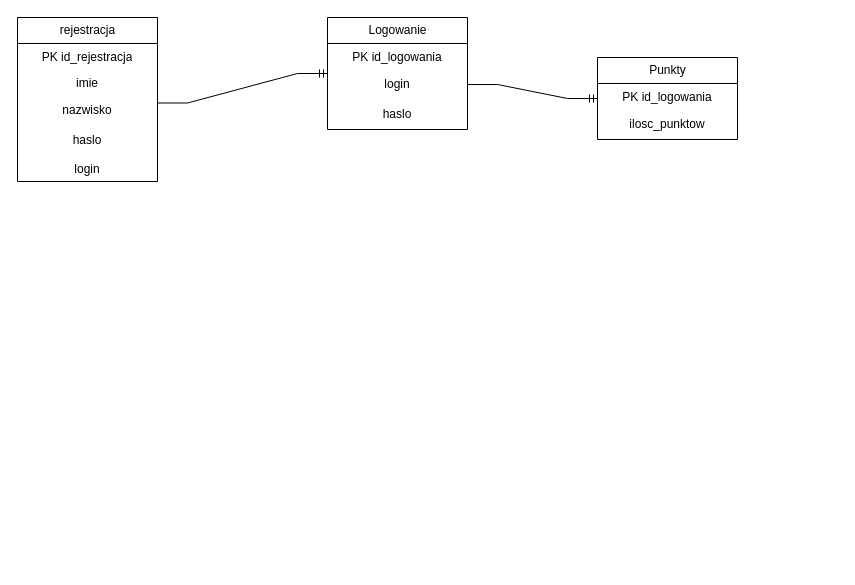
vovka-star/1234 keeps this draw.io diagram as diagramy/bazy/baza.drawio. Above is the earlier version. Source tidied: cells renumbered, new cells numbered last; positions are measured from the earlier drawing's top-left corner, leaving out a move shared by most shapes. Both pictures are drawn from the tidied source at 100%, with x=0, y=0 at pixel (17, 17).
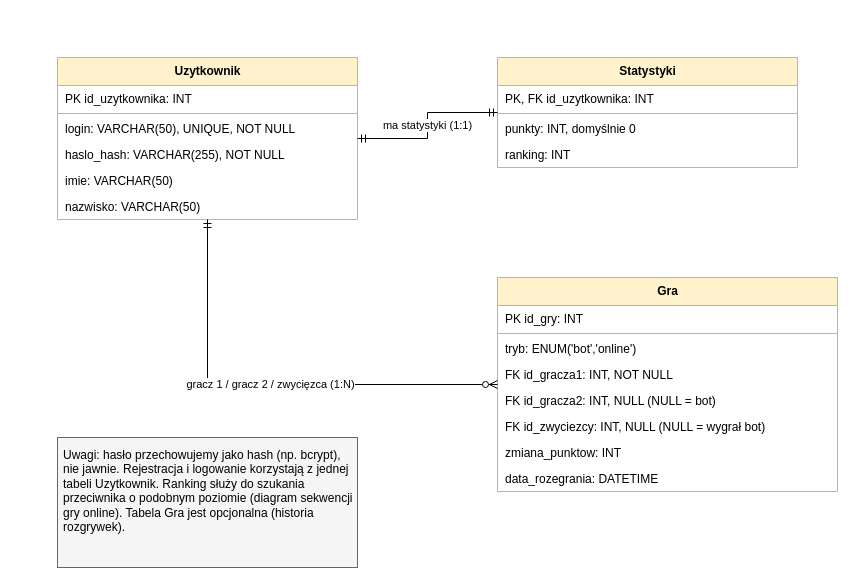
The same page after the edit.

Change to the diagram source:
```diff
@@
-    <mxCell id="2" value="Logowanie" style="swimlane;fontStyle=0;horizontal=1;startSize=26;fillColor=none;html=1;" parent="1" vertex="1">
-      <mxGeometry x="310" width="140" height="112" as="geometry" />
-    </mxCell>
-    <mxCell id="3" value="PK id_logowania" style="text;strokeColor=none;fillColor=none;align=center;verticalAlign=top;spacingLeft=4;spacingRight=4;overflow=hidden;whiteSpace=wrap;html=1;" parent="2" vertex="1">
-      <mxGeometry y="26" width="140" height="26" as="geometry" />
-    </mxCell>
-    <mxCell id="4" value="login" style="text;html=1;whiteSpace=wrap;strokeColor=none;fillColor=none;align=center;verticalAlign=middle;rounded=0;" parent="2" vertex="1">
-      <mxGeometry y="52" width="140" height="30" as="geometry" />
-    </mxCell>
-    <mxCell id="5" value="haslo" style="text;html=1;whiteSpace=wrap;strokeColor=none;fillColor=none;align=center;verticalAlign=middle;rounded=0;" parent="2" vertex="1">
-      <mxGeometry y="82" width="140" height="30" as="geometry" />
-    </mxCell>
-    <mxCell id="6" value="rejestracja" style="swimlane;fontStyle=0;horizontal=1;startSize=26;fillColor=none;html=1;" parent="1" vertex="1">
-      <mxGeometry width="140" height="164" as="geometry" />
-    </mxCell>
-    <mxCell id="7" value="PK id_rejestracja" style="text;strokeColor=none;fillColor=none;align=center;verticalAlign=top;spacingLeft=4;spacingRight=4;overflow=hidden;whiteSpace=wrap;html=1;" parent="6" vertex="1">
-      <mxGeometry y="26" width="140" height="26" as="geometry" />
-    </mxCell>
-    <mxCell id="8" value="imie" style="text;strokeColor=none;fillColor=none;align=center;verticalAlign=top;spacingLeft=4;spacingRight=4;overflow=hidden;whiteSpace=wrap;html=1;" parent="6" vertex="1">
-      <mxGeometry y="52" width="140" height="26" as="geometry" />
-    </mxCell>
-    <mxCell id="9" value="nazwisko" style="text;html=1;whiteSpace=wrap;strokeColor=none;fillColor=none;align=center;verticalAlign=middle;rounded=0;" parent="6" vertex="1">
-      <mxGeometry y="78" width="140" height="30" as="geometry" />
-    </mxCell>
-    <mxCell id="10" value="haslo" style="text;html=1;whiteSpace=wrap;strokeColor=none;fillColor=none;align=center;verticalAlign=middle;rounded=0;" parent="6" vertex="1">
-      <mxGeometry y="108" width="140" height="30" as="geometry" />
-    </mxCell>
-    <mxCell id="11" value="login" style="text;strokeColor=none;fillColor=none;align=center;verticalAlign=top;spacingLeft=4;spacingRight=4;overflow=hidden;whiteSpace=wrap;html=1;" parent="6" vertex="1">
-      <mxGeometry y="138" width="140" height="26" as="geometry" />
-    </mxCell>
-    <mxCell id="12" value="Punkty" style="swimlane;fontStyle=0;horizontal=1;startSize=26;fillColor=none;html=1;" parent="1" vertex="1">
-      <mxGeometry x="580" y="40" width="140" height="82" as="geometry" />
-    </mxCell>
-    <mxCell id="13" value="PK id_logowania" style="text;strokeColor=none;fillColor=none;align=center;verticalAlign=top;spacingLeft=4;spacingRight=4;overflow=hidden;whiteSpace=wrap;html=1;" parent="12" vertex="1">
-      <mxGeometry y="26" width="140" height="26" as="geometry" />
-    </mxCell>
-    <mxCell id="14" value="ilosc_punktow" style="text;html=1;whiteSpace=wrap;strokeColor=none;fillColor=none;align=center;verticalAlign=middle;rounded=0;" parent="12" vertex="1">
-      <mxGeometry y="52" width="140" height="30" as="geometry" />
-    </mxCell>
-    <mxCell id="15" style="edgeStyle=entityRelationEdgeStyle;fontSize=12;html=1;endArrow=ERmandOne;rounded=0;fontFamily=Helvetica;fontColor=default;exitX=1;exitY=0.25;exitDx=0;exitDy=0;entryX=0;entryY=0.5;entryDx=0;entryDy=0;" parent="1" edge="1" source="9" target="2">
-      <mxGeometry relative="1" as="geometry" />
-    </mxCell>
-    <mxCell id="16" style="edgeStyle=entityRelationEdgeStyle;fontSize=12;html=1;endArrow=ERmandOne;rounded=0;fontFamily=Helvetica;fontColor=default;entryX=0;entryY=0.5;entryDx=0;entryDy=0;exitX=1;exitY=0.5;exitDx=0;exitDy=0;" parent="1" edge="1" source="4" target="12">
-      <mxGeometry relative="1" as="geometry" />
-    </mxCell>
+    <mxCell id="17" value="Uzytkownik" style="swimlane;fontStyle=1;horizontal=1;startSize=28;html=1;fillColor=#fff2cc;strokeColor=#d6b656;" parent="1" vertex="1">
+      <mxGeometry x="40" y="40" width="300" height="162" as="geometry" />
+    </mxCell>
+    <mxCell id="18" value="PK  id_uzytkownika: INT" style="text;strokeColor=none;fillColor=none;align=left;verticalAlign=middle;spacingLeft=6;spacingRight=4;overflow=hidden;" parent="17" vertex="1">
+      <mxGeometry y="28" width="300" height="26" as="geometry" />
+    </mxCell>
+    <mxCell id="19" style="line;strokeWidth=1;fillColor=none;align=left;verticalAlign=middle;spacingTop=-1;spacingLeft=3;spacingRight=3;labelPosition=right;strokeColor=inherit;" parent="17" vertex="1">
+      <mxGeometry y="54" width="300" height="4" as="geometry" />
+    </mxCell>
+    <mxCell id="20" value="login: VARCHAR(50), UNIQUE, NOT NULL" style="text;strokeColor=none;fillColor=none;align=left;verticalAlign=middle;spacingLeft=6;spacingRight=4;overflow=hidden;" parent="17" vertex="1">
+      <mxGeometry y="58" width="300" height="26" as="geometry" />
+    </mxCell>
+    <mxCell id="21" value="haslo_hash: VARCHAR(255), NOT NULL" style="text;strokeColor=none;fillColor=none;align=left;verticalAlign=middle;spacingLeft=6;spacingRight=4;overflow=hidden;" parent="17" vertex="1">
+      <mxGeometry y="84" width="300" height="26" as="geometry" />
+    </mxCell>
+    <mxCell id="22" value="imie: VARCHAR(50)" style="text;strokeColor=none;fillColor=none;align=left;verticalAlign=middle;spacingLeft=6;spacingRight=4;overflow=hidden;" parent="17" vertex="1">
+      <mxGeometry y="110" width="300" height="26" as="geometry" />
+    </mxCell>
+    <mxCell id="23" value="nazwisko: VARCHAR(50)" style="text;strokeColor=none;fillColor=none;align=left;verticalAlign=middle;spacingLeft=6;spacingRight=4;overflow=hidden;" parent="17" vertex="1">
+      <mxGeometry y="136" width="300" height="26" as="geometry" />
+    </mxCell>
+    <mxCell id="24" value="Statystyki" style="swimlane;fontStyle=1;horizontal=1;startSize=28;html=1;fillColor=#fff2cc;strokeColor=#d6b656;" parent="1" vertex="1">
+      <mxGeometry x="480" y="40" width="300" height="110" as="geometry" />
+    </mxCell>
+    <mxCell id="25" value="PK, FK  id_uzytkownika: INT" style="text;strokeColor=none;fillColor=none;align=left;verticalAlign=middle;spacingLeft=6;spacingRight=4;overflow=hidden;" parent="24" vertex="1">
+      <mxGeometry y="28" width="300" height="26" as="geometry" />
+    </mxCell>
+    <mxCell id="26" style="line;strokeWidth=1;fillColor=none;align=left;verticalAlign=middle;spacingTop=-1;spacingLeft=3;spacingRight=3;labelPosition=right;strokeColor=inherit;" parent="24" vertex="1">
+      <mxGeometry y="54" width="300" height="4" as="geometry" />
+    </mxCell>
+    <mxCell id="27" value="punkty: INT, domyślnie 0" style="text;strokeColor=none;fillColor=none;align=left;verticalAlign=middle;spacingLeft=6;spacingRight=4;overflow=hidden;" parent="24" vertex="1">
+      <mxGeometry y="58" width="300" height="26" as="geometry" />
+    </mxCell>
+    <mxCell id="28" value="ranking: INT" style="text;strokeColor=none;fillColor=none;align=left;verticalAlign=middle;spacingLeft=6;spacingRight=4;overflow=hidden;" parent="24" vertex="1">
+      <mxGeometry y="84" width="300" height="26" as="geometry" />
+    </mxCell>
+    <mxCell id="29" value="Gra" style="swimlane;fontStyle=1;horizontal=1;startSize=28;html=1;fillColor=#fff2cc;strokeColor=#d6b656;" parent="1" vertex="1">
+      <mxGeometry x="480" y="260" width="340" height="214" as="geometry" />
+    </mxCell>
+    <mxCell id="30" value="PK  id_gry: INT" style="text;strokeColor=none;fillColor=none;align=left;verticalAlign=middle;spacingLeft=6;spacingRight=4;overflow=hidden;" parent="29" vertex="1">
+      <mxGeometry y="28" width="340" height="26" as="geometry" />
+    </mxCell>
+    <mxCell id="31" style="line;strokeWidth=1;fillColor=none;align=left;verticalAlign=middle;spacingTop=-1;spacingLeft=3;spacingRight=3;labelPosition=right;strokeColor=inherit;" parent="29" vertex="1">
+      <mxGeometry y="54" width="340" height="4" as="geometry" />
+    </mxCell>
+    <mxCell id="32" value="tryb: ENUM('bot','online')" style="text;strokeColor=none;fillColor=none;align=left;verticalAlign=middle;spacingLeft=6;spacingRight=4;overflow=hidden;" parent="29" vertex="1">
+      <mxGeometry y="58" width="340" height="26" as="geometry" />
+    </mxCell>
+    <mxCell id="33" value="FK  id_gracza1: INT, NOT NULL" style="text;strokeColor=none;fillColor=none;align=left;verticalAlign=middle;spacingLeft=6;spacingRight=4;overflow=hidden;" parent="29" vertex="1">
+      <mxGeometry y="84" width="340" height="26" as="geometry" />
+    </mxCell>
+    <mxCell id="34" value="FK  id_gracza2: INT, NULL (NULL = bot)" style="text;strokeColor=none;fillColor=none;align=left;verticalAlign=middle;spacingLeft=6;spacingRight=4;overflow=hidden;" parent="29" vertex="1">
+      <mxGeometry y="110" width="340" height="26" as="geometry" />
+    </mxCell>
+    <mxCell id="35" value="FK  id_zwyciezcy: INT, NULL (NULL = wygrał bot)" style="text;strokeColor=none;fillColor=none;align=left;verticalAlign=middle;spacingLeft=6;spacingRight=4;overflow=hidden;" parent="29" vertex="1">
+      <mxGeometry y="136" width="340" height="26" as="geometry" />
+    </mxCell>
+    <mxCell id="36" value="zmiana_punktow: INT" style="text;strokeColor=none;fillColor=none;align=left;verticalAlign=middle;spacingLeft=6;spacingRight=4;overflow=hidden;" parent="29" vertex="1">
+      <mxGeometry y="162" width="340" height="26" as="geometry" />
+    </mxCell>
+    <mxCell id="37" value="data_rozegrania: DATETIME" style="text;strokeColor=none;fillColor=none;align=left;verticalAlign=middle;spacingLeft=6;spacingRight=4;overflow=hidden;" parent="29" vertex="1">
+      <mxGeometry y="188" width="340" height="26" as="geometry" />
+    </mxCell>
+    <mxCell id="38" value="ma statystyki (1:1)" style="html=1;edgeStyle=orthogonalEdgeStyle;rounded=0;startArrow=ERmandOne;fontSize=11;endArrow=ERmandOne;" parent="1" edge="1" source="17" target="24">
+      <mxGeometry relative="1" as="geometry" />
+    </mxCell>
+    <mxCell id="39" value="gracz 1 / gracz 2 / zwycięzca (1:N)" style="html=1;edgeStyle=orthogonalEdgeStyle;rounded=0;startArrow=ERmandOne;fontSize=11;endArrow=ERzeroToMany;" parent="1" edge="1" source="17" target="29">
+      <mxGeometry relative="1" as="geometry">
+        <Array as="points">
+          <mxPoint x="190" y="367" />
+        </Array>
+      </mxGeometry>
+    </mxCell>
+    <mxCell id="40" value="Uwagi: hasło przechowujemy jako hash (np. bcrypt), nie jawnie. Rejestracja i logowanie korzystają z jednej tabeli Uzytkownik. Ranking służy do szukania przeciwnika o podobnym poziomie (diagram sekwencji gry online). Tabela Gra jest opcjonalna (historia rozgrywek)." style="text;html=1;align=left;verticalAlign=top;whiteSpace=wrap;fillColor=#f5f5f5;strokeColor=#666666;spacing=6;" parent="1" vertex="1">
+      <mxGeometry x="40" y="420" width="300" height="130" as="geometry" />
+    </mxCell>
```
